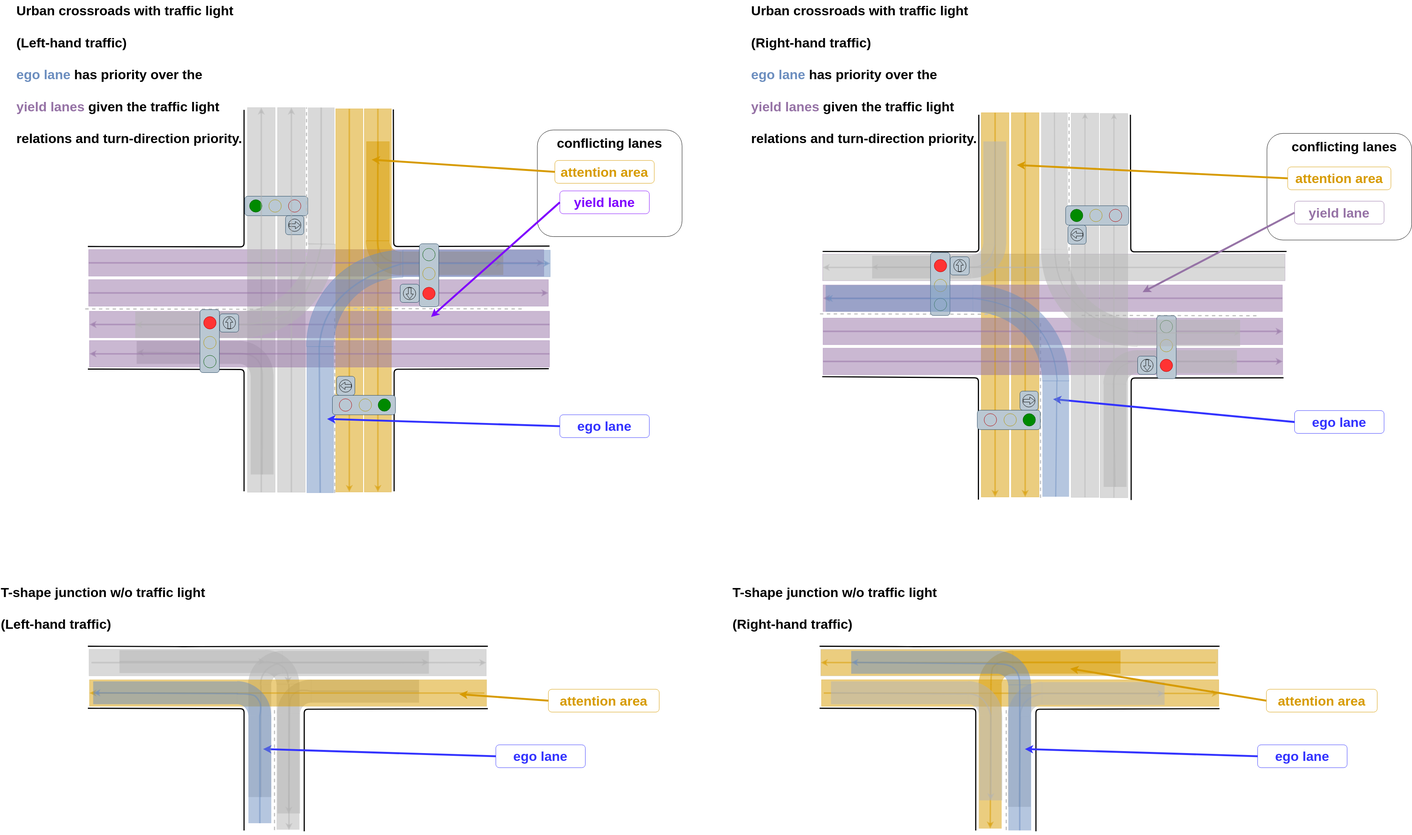
This is pr-5192/planning/behavior_velocity_intersection_module/docs/intersection-attention.drawio.svg from zusizusi/autoware.universe, a draw.io export, as it was before one commit. Source tidied: cells renumbered, new cells last; positions are measured from the earlier drawing's top-left corner, leaving out a move shared by most shapes.
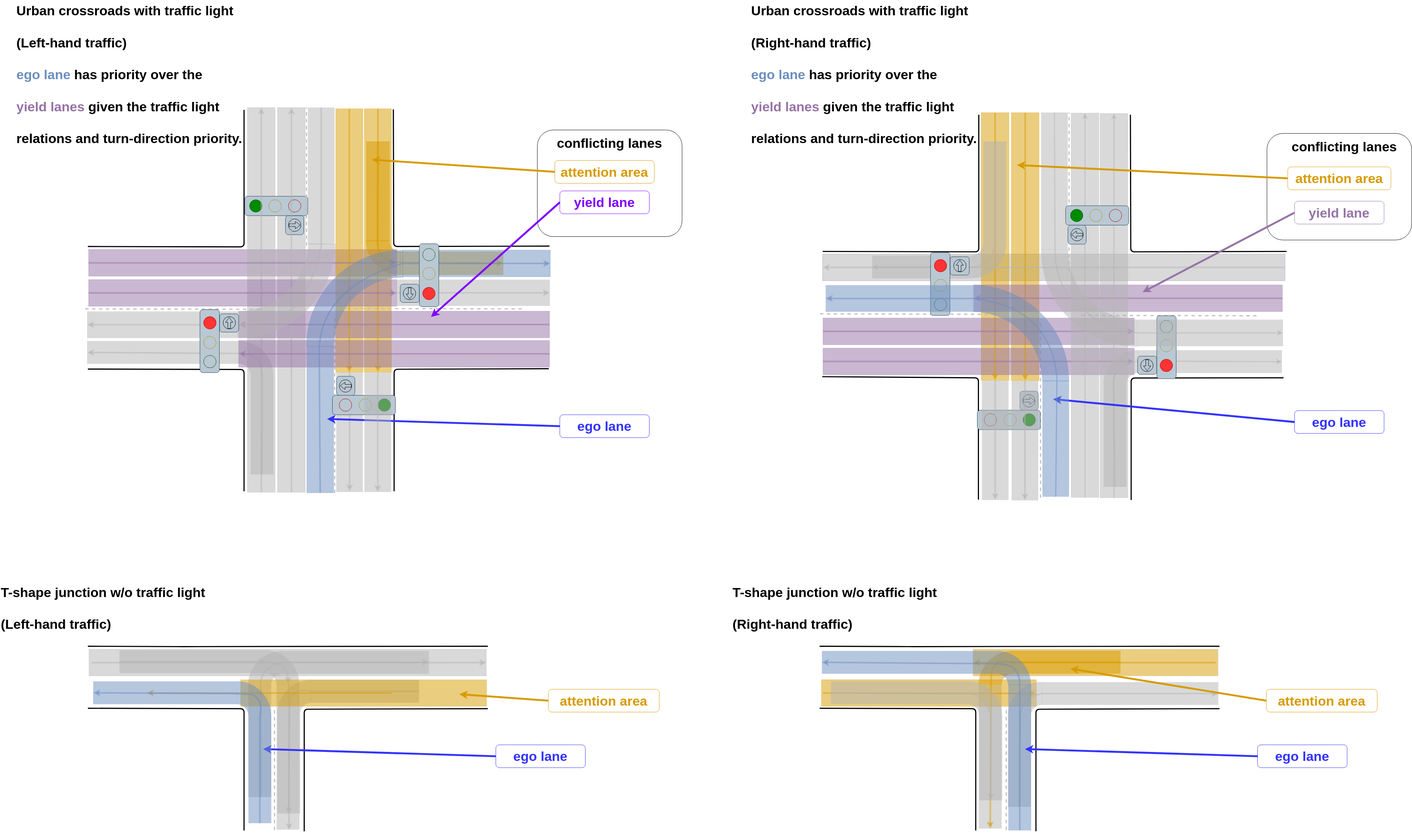
The same diagram one commit later.

Change to the diagram source:
```diff
@@ -17,7 +17,7 @@
     <mxCell id="6" style="rounded=0;whiteSpace=wrap;html=1;fillColor=#D79B00;rotation=0;strokeColor=none;opacity=50;" parent="4" vertex="1">
       <mxGeometry x="174" y="-10" width="283" height="60" as="geometry" />
     </mxCell>
-    <mxCell id="7" style="rounded=0;whiteSpace=wrap;html=1;fillColor=#D79B00;rotation=-90;strokeColor=none;opacity=50;gradientColor=none;" parent="4" vertex="1">
+    <mxCell id="7" style="rounded=0;whiteSpace=wrap;html=1;fillColor=#B3B3B3;rotation=-90;strokeColor=none;opacity=50;gradientColor=none;" parent="4" vertex="1">
       <mxGeometry x="-74" y="238" width="378" height="60" as="geometry" />
     </mxCell>
     <mxCell id="8" style="endArrow=none;html=1;rounded=0;strokeColor=#D79B00;strokeWidth=4;opacity=50;exitX=1;exitY=0.5;exitDx=0;exitDy=0;entryX=0;entryY=0.5;entryDx=0;entryDy=0;endFill=0;" parent="4" edge="1" source="6" target="6">
@@ -37,19 +37,19 @@
       </mxGeometry>
     </mxCell>
     <mxCell id="11" style="group;rotation=0;fillColor=#D79B00;strokeColor=#D79B00;opacity=50;flipH=1;" parent="1" vertex="1">
-      <mxGeometry x="2156" y="1785" width="1043" height="69.9" as="geometry" />
+      <mxGeometry x="2156" y="1785" width="564" height="69.9" as="geometry" />
     </mxCell>
     <mxCell id="12" style="endArrow=classic;html=1;rounded=0;strokeWidth=4;strokeColor=#D79B00;opacity=50;" parent="11" edge="1">
       <mxGeometry relative="1" as="geometry">
-        <mxPoint x="6" y="35" as="sourcePoint" />
-        <mxPoint x="1043" y="36" as="targetPoint" />
+        <mxPoint x="3.2" y="35" as="sourcePoint" />
+        <mxPoint x="564" y="36" as="targetPoint" />
       </mxGeometry>
     </mxCell>
     <mxCell id="13" style="group;flipV=0;flipH=1;rotation=-180;" parent="1" vertex="1">
       <mxGeometry x="2154" y="1705" width="1043" height="69.9" as="geometry" />
     </mxCell>
     <mxCell id="14" style="rounded=0;whiteSpace=wrap;html=1;fillColor=#D79B00;rotation=-360;fontColor=#333333;strokeColor=#B3B3B3;opacity=50;" parent="13" vertex="1">
-      <mxGeometry width="1043" height="69.9" as="geometry" />
+      <mxGeometry x="400" width="643" height="69.9" as="geometry" />
     </mxCell>
     <mxCell id="15" style="endArrow=classic;html=1;rounded=0;strokeWidth=4;strokeColor=#D79B00;opacity=50;entryX=0;entryY=0.5;entryDx=0;entryDy=0;" parent="13" edge="1" target="14">
       <mxGeometry relative="1" as="geometry">
@@ -57,13 +57,13 @@
       </mxGeometry>
     </mxCell>
     <mxCell id="16" style="group;" parent="1" vertex="1">
-      <mxGeometry x="2608" y="1754" width="448.7" height="364.9" as="geometry" />
+      <mxGeometry x="2608" y="1754" width="590" height="364.9" as="geometry" />
     </mxCell>
     <mxCell id="17" style="verticalLabelPosition=bottom;verticalAlign=top;html=1;shape=mxgraph.basic.partConcEllipse;startAngle=0.8627813740139013;endAngle=0.1103675079776549;arcWidth=0.67;fillColor=#B3B3B3;rotation=-40;strokeColor=none;opacity=50;" parent="16" vertex="1">
       <mxGeometry x="36.4" y="37.2" width="181" height="179" as="geometry" />
     </mxCell>
     <mxCell id="18" style="rounded=0;whiteSpace=wrap;html=1;fillColor=#B3B3B3;rotation=0;strokeColor=none;opacity=50;" parent="16" vertex="1">
-      <mxGeometry x="126.4" y="37.2" width="322.3" height="60" as="geometry" />
+      <mxGeometry x="126.4" y="37.2" width="463.6" height="60" as="geometry" />
     </mxCell>
     <mxCell id="19" style="rounded=0;whiteSpace=wrap;html=1;fillColor=#B3B3B3;rotation=-90;strokeColor=none;opacity=50;gradientColor=none;" parent="16" vertex="1">
       <mxGeometry x="-52" y="215.6" width="238.7" height="60" as="geometry" />
@@ -113,13 +113,13 @@
       </mxGeometry>
     </mxCell>
     <mxCell id="30" style="rounded=0;whiteSpace=wrap;html=1;fillColor=#9673A6;rotation=-180;strokeColor=#9673a6;opacity=50;" parent="1" vertex="1">
-      <mxGeometry x="232" y="655" width="1195" height="69.9" as="geometry" />
+      <mxGeometry x="232" y="655" width="809" height="69.9" as="geometry" />
     </mxCell>
     <mxCell id="31" style="rounded=0;whiteSpace=wrap;html=1;fillColor=#D79B00;strokeColor=#d79b00;rotation=90;opacity=50;" parent="1" vertex="1">
-      <mxGeometry x="488" y="753" width="1006.7" height="71.2" as="geometry" />
+      <mxGeometry x="645.3" y="595.7" width="692" height="71.2" as="geometry" />
     </mxCell>
     <mxCell id="32" style="rounded=0;whiteSpace=wrap;html=1;fillColor=#D79B00;strokeColor=#d79b00;rotation=90;opacity=50;" parent="1" vertex="1">
-      <mxGeometry x="413" y="753" width="1006.7" height="71.2" as="geometry" />
+      <mxGeometry x="570.3" y="595.8" width="692.2" height="71.2" as="geometry" />
     </mxCell>
     <mxCell id="33" style="endArrow=none;html=1;strokeWidth=3;" parent="1" edge="1">
       <mxGeometry relative="1" as="geometry">
@@ -186,7 +186,7 @@
       </mxGeometry>
     </mxCell>
     <mxCell id="42" style="rounded=0;whiteSpace=wrap;html=1;fillColor=#9673A6;rotation=-180;strokeColor=#9673a6;opacity=50;" parent="1" vertex="1">
-      <mxGeometry x="234" y="817" width="1208" height="69.9" as="geometry" />
+      <mxGeometry x="626" y="817" width="816" height="69.9" as="geometry" />
     </mxCell>
     <mxCell id="43" style="group;" parent="1" vertex="1">
       <mxGeometry x="642" y="515" width="165.6" height="101" as="geometry" />
@@ -246,7 +246,7 @@
       <mxGeometry x="199" y="227.4" width="261" height="60" as="geometry" />
     </mxCell>
     <mxCell id="61" style="rounded=0;whiteSpace=wrap;html=1;fillColor=#B3B3B3;rotation=0;strokeColor=none;opacity=50;gradientColor=none;" parent="58" vertex="1">
-      <mxGeometry y="37.4" width="270" height="60" as="geometry" />
+      <mxGeometry x="-130" y="37.4" width="400" height="60" as="geometry" />
     </mxCell>
     <mxCell id="62" style="endArrow=none;html=1;rounded=0;strokeColor=#B3B3B3;strokeWidth=4;opacity=50;exitX=1;exitY=0.5;exitDx=0;exitDy=0;" parent="58" edge="1" source="60">
       <mxGeometry relative="1" as="geometry">
@@ -280,10 +280,10 @@
       </mxGeometry>
     </mxCell>
     <mxCell id="67" style="rounded=0;whiteSpace=wrap;html=1;fillColor=#9673A6;rotation=-180;strokeColor=#9673a6;opacity=50;" parent="1" vertex="1">
-      <mxGeometry x="232" y="734" width="1207" height="69.9" as="geometry" />
+      <mxGeometry x="232" y="734" width="809" height="69.9" as="geometry" />
     </mxCell>
     <mxCell id="68" style="rounded=0;whiteSpace=wrap;html=1;fillColor=#9673A6;rotation=-180;strokeColor=#9673a6;opacity=50;" parent="1" vertex="1">
-      <mxGeometry x="234" y="894" width="1208" height="69.9" as="geometry" />
+      <mxGeometry x="626" y="894" width="816" height="69.9" as="geometry" />
     </mxCell>
     <mxCell id="69" style="endArrow=classic;html=1;rounded=0;strokeColor=#9673A6;strokeWidth=4;opacity=50;exitX=0;exitY=0.5;exitDx=0;exitDy=0;entryX=1;entryY=0.5;entryDx=0;entryDy=0;" parent="1" edge="1" source="68" target="68">
       <mxGeometry relative="1" as="geometry" />
@@ -298,7 +298,7 @@
       <mxGeometry x="105.4" y="104.5" width="505.9" height="507.7" as="geometry" />
     </mxCell>
     <mxCell id="73" style="rounded=0;whiteSpace=wrap;html=1;fillColor=#B3B3B3;rotation=-360;strokeColor=none;opacity=50;" parent="70" vertex="1">
-      <mxGeometry x="86.4" y="541.5" width="270" height="70" as="geometry" />
+      <mxGeometry x="-40" y="541.5" width="396.4" height="70" as="geometry" />
     </mxCell>
     <mxCell id="74" style="endArrow=none;html=1;rounded=0;strokeColor=#B3B3B3;strokeWidth=4;opacity=50;exitX=0;exitY=0.5;exitDx=0;exitDy=0;entryX=1;entryY=0.5;entryDx=0;entryDy=0;" parent="70" edge="1" source="71" target="71">
       <mxGeometry relative="1" as="geometry" />
@@ -376,10 +376,10 @@
       </mxGeometry>
     </mxCell>
     <mxCell id="86" style="rounded=0;whiteSpace=wrap;html=1;fillColor=#D79B00;rotation=90;strokeColor=#d79b00;opacity=50;direction=west;" parent="1" vertex="1">
-      <mxGeometry x="2107" y="764" width="1009.5" height="72.6" as="geometry" />
+      <mxGeometry x="2260.3" y="610.7" width="703" height="72.6" as="geometry" />
     </mxCell>
     <mxCell id="87" style="rounded=0;whiteSpace=wrap;html=1;fillColor=#D79B00;rotation=90;strokeColor=#d79b00;opacity=50;direction=west;" parent="1" vertex="1">
-      <mxGeometry x="2186" y="764" width="1009.5" height="72.6" as="geometry" />
+      <mxGeometry x="2338.8" y="611.2" width="704" height="72.6" as="geometry" />
     </mxCell>
     <mxCell id="88" style="endArrow=none;html=1;strokeWidth=3;dashed=1;strokeColor=#BFBFBF;" parent="1" edge="1">
       <mxGeometry relative="1" as="geometry">
@@ -388,7 +388,7 @@
       </mxGeometry>
     </mxCell>
     <mxCell id="89" style="rounded=0;whiteSpace=wrap;html=1;fillColor=#9673A6;rotation=-180;strokeColor=#9673a6;opacity=50;direction=west;" parent="1" vertex="1">
-      <mxGeometry x="2160" y="914" width="1207" height="69.9" as="geometry" />
+      <mxGeometry x="2160" y="914" width="817" height="69.9" as="geometry" />
     </mxCell>
     <mxCell id="90" style="endArrow=classic;html=1;rounded=0;strokeColor=#D79B00;strokeWidth=4;opacity=50;exitX=1;exitY=0.5;exitDx=0;exitDy=0;entryX=0;entryY=0.5;entryDx=0;entryDy=0;" parent="1" edge="1" source="86" target="86">
       <mxGeometry relative="1" as="geometry" />
@@ -415,10 +415,10 @@
       </mxGeometry>
     </mxCell>
     <mxCell id="96" style="rounded=0;whiteSpace=wrap;html=1;fillColor=#9673A6;rotation=-180;strokeColor=#9673a6;opacity=50;direction=west;" parent="1" vertex="1">
-      <mxGeometry x="2160" y="748" width="1206" height="69.9" as="geometry" />
+      <mxGeometry x="2556" y="748" width="810" height="69.9" as="geometry" />
     </mxCell>
     <mxCell id="97" style="rounded=0;whiteSpace=wrap;html=1;fillColor=#9673A6;rotation=-180;strokeColor=#9673a6;opacity=50;direction=west;" parent="1" vertex="1">
-      <mxGeometry x="2160" y="835" width="1207" height="69.9" as="geometry" />
+      <mxGeometry x="2160" y="835" width="817" height="69.9" as="geometry" />
     </mxCell>
     <mxCell id="98" style="endArrow=classic;html=1;rounded=0;strokeColor=#9673A6;strokeWidth=4;opacity=50;exitX=0;exitY=0.5;exitDx=0;exitDy=0;entryX=1;entryY=0.5;entryDx=0;entryDy=0;" parent="1" edge="1" source="97" target="97">
       <mxGeometry relative="1" as="geometry" />
@@ -427,13 +427,13 @@
       <mxGeometry relative="1" as="geometry" />
     </mxCell>
     <mxCell id="100" style="group;rotation=90;" parent="1" vertex="1">
-      <mxGeometry x="2854.8" y="886.5" width="396.2" height="387.9" as="geometry" />
+      <mxGeometry x="2854.8" y="886.5" width="510" height="387.9" as="geometry" />
     </mxCell>
     <mxCell id="101" style="verticalLabelPosition=bottom;verticalAlign=top;html=1;shape=mxgraph.basic.partConcEllipse;startAngle=0.8627813740139013;endAngle=0.1103675079776549;arcWidth=0.67;fillColor=#B3B3B3;rotation=140;strokeColor=none;opacity=50;direction=west;" parent="100" vertex="1">
       <mxGeometry x="41" y="33" width="181" height="179" as="geometry" />
     </mxCell>
     <mxCell id="102" style="rounded=0;whiteSpace=wrap;html=1;fillColor=#B3B3B3;rotation=0;strokeColor=none;opacity=50;direction=west;" parent="100" vertex="1">
-      <mxGeometry x="131" y="33" width="261" height="60" as="geometry" />
+      <mxGeometry x="131" y="33" width="379" height="60" as="geometry" />
     </mxCell>
     <mxCell id="103" style="rounded=0;whiteSpace=wrap;html=1;fillColor=#B3B3B3;rotation=-90;strokeColor=none;opacity=50;gradientColor=none;direction=west;" parent="100" vertex="1">
       <mxGeometry x="-63" y="227" width="270" height="60" as="geometry" />
@@ -489,10 +489,10 @@
       <mxGeometry relative="1" as="geometry" />
     </mxCell>
     <mxCell id="118" style="group;" parent="1" vertex="1">
-      <mxGeometry x="699" y="552" width="745" height="741.9" as="geometry" />
+      <mxGeometry x="699" y="552" width="751" height="831" as="geometry" />
     </mxCell>
     <mxCell id="119" style="group;" parent="118" vertex="1">
-      <mxGeometry width="745" height="741.9" as="geometry" />
+      <mxGeometry width="751" height="831" as="geometry" />
     </mxCell>
     <mxCell id="120" style="rounded=0;whiteSpace=wrap;html=1;fillColor=#6C8EBF;rotation=90;strokeColor=#6C8EBF;opacity=50;" parent="119" vertex="1">
       <mxGeometry x="-51.2" y="514.8" width="384.2" height="70" as="geometry" />
@@ -516,6 +516,21 @@
     <mxCell id="125" style="endArrow=none;html=1;rounded=0;strokeColor=#6C8EBF;strokeWidth=4;opacity=50;exitX=1;exitY=0.5;exitDx=0;exitDy=0;entryX=0.195;entryY=0.191;entryDx=0;entryDy=0;entryPerimeter=0;" parent="119" edge="1" source="120" target="121">
       <mxGeometry relative="1" as="geometry" />
     </mxCell>
+    <mxCell id="283" style="rounded=0;whiteSpace=wrap;html=1;fillColor=#B3B3B3;rotation=-180;strokeColor=none;opacity=50;gradientColor=none;" parent="119" vertex="1">
+      <mxGeometry x="342" y="182" width="402" height="69.1" as="geometry" />
+    </mxCell>
+    <mxCell id="284" style="endArrow=classic;html=1;rounded=0;strokeColor=#B3B3B3;strokeWidth=4;opacity=50;entryX=0;entryY=0.5;entryDx=0;entryDy=0;exitX=1;exitY=0.5;exitDx=0;exitDy=0;endFill=1;" parent="119" edge="1" source="283" target="283">
+      <mxGeometry relative="1" as="geometry" />
+    </mxCell>
+    <mxCell id="285" style="rounded=0;whiteSpace=wrap;html=1;fillColor=#B3B3B3;rotation=-180;strokeColor=none;opacity=50;gradientColor=none;direction=north;" parent="119" vertex="1">
+      <mxGeometry x="183" y="426" width="70.1" height="314" as="geometry" />
+    </mxCell>
+    <mxCell id="286" style="endArrow=classic;html=1;rounded=0;strokeColor=#B3B3B3;strokeWidth=4;opacity=50;entryX=1;entryY=0.5;entryDx=0;entryDy=0;exitX=0;exitY=0.5;exitDx=0;exitDy=0;endFill=1;" parent="119" edge="1">
+      <mxGeometry relative="1" as="geometry">
+        <mxPoint x="218" y="424" as="sourcePoint" />
+        <mxPoint x="218" y="738" as="targetPoint" />
+      </mxGeometry>
+    </mxCell>
     <mxCell id="126" style="group;direction=west;rotation=90;" parent="1" vertex="1">
       <mxGeometry x="1017" y="671" width="165.6" height="102" as="geometry" />
     </mxCell>
@@ -664,7 +679,7 @@
       </mxGeometry>
     </mxCell>
     <mxCell id="169" style="group;" parent="1" vertex="1">
-      <mxGeometry x="2627.6" y="294.9" width="716.7" height="720.3" as="geometry" />
+      <mxGeometry x="2627.6" y="294.9" width="740" height="720.3" as="geometry" />
     </mxCell>
     <mxCell id="170" style="rounded=0;whiteSpace=wrap;html=1;fillColor=#B3B3B3;rotation=-90;strokeColor=none;opacity=50;direction=west;" parent="169" vertex="1">
       <mxGeometry x="-39.9" y="144.9" width="359.7" height="70" as="geometry" />
@@ -673,7 +688,7 @@
       <mxGeometry x="105.4" y="108.1" width="505.9" height="507.7" as="geometry" />
     </mxCell>
     <mxCell id="172" style="rounded=0;whiteSpace=wrap;html=1;fillColor=#B3B3B3;rotation=-360;strokeColor=none;opacity=50;direction=west;" parent="169" vertex="1">
-      <mxGeometry x="357.4" y="544.1" width="270" height="70" as="geometry" />
+      <mxGeometry x="357.4" y="544.1" width="382.6" height="70" as="geometry" />
     </mxCell>
     <mxCell id="173" style="endArrow=none;html=1;rounded=0;strokeColor=#B3B3B3;strokeWidth=3;fontSize=30;opacity=50;entryX=0;entryY=0.5;entryDx=0;entryDy=0;exitX=0.804;exitY=0.199;exitDx=0;exitDy=0;exitPerimeter=0;" parent="169" edge="1" source="171" target="170">
       <mxGeometry relative="1" as="geometry" />
@@ -965,12 +980,12 @@
       </mxGeometry>
     </mxCell>
     <mxCell id="246" style="group;rotation=-180;fillColor=#D79B00;strokeColor=#d6b656;opacity=50;" parent="1" vertex="1">
-      <mxGeometry x="234" y="1785" width="1043" height="69.9" as="geometry" />
+      <mxGeometry x="631" y="1785" width="646" height="69.9" as="geometry" />
     </mxCell>
     <mxCell id="247" style="endArrow=classic;html=1;rounded=0;strokeWidth=4;strokeColor=#D79B00;opacity=50;entryX=0;entryY=0.5;entryDx=0;entryDy=0;" parent="246" edge="1">
       <mxGeometry relative="1" as="geometry">
-        <mxPoint x="1037" y="35" as="sourcePoint" />
-        <mxPoint y="35" as="targetPoint" />
+        <mxPoint x="396.4" y="35" as="sourcePoint" />
+        <mxPoint x="-245.9" y="35" as="targetPoint" />
       </mxGeometry>
     </mxCell>
     <mxCell id="248" value="&lt;b style=&quot;font-size: 35px;&quot;&gt;T-shape junction w/o traffic light&lt;br&gt;&lt;br&gt;(Left-hand traffic)&lt;/b&gt;" style="text;html=1;align=left;verticalAlign=middle;strokeColor=none;fillColor=none;fontSize=30;" parent="1" vertex="1">
@@ -1063,7 +1078,7 @@
       <mxGeometry x="251" y="287.4" width="383" height="60" as="geometry" />
     </mxCell>
     <mxCell id="268" style="rounded=0;whiteSpace=wrap;html=1;fillColor=#6C8EBF;rotation=-180;strokeColor=none;opacity=50;" parent="265" vertex="1">
-      <mxGeometry y="37.4" width="383" height="60" as="geometry" />
+      <mxGeometry x="-77" y="37.4" width="460" height="60" as="geometry" />
     </mxCell>
     <mxCell id="269" style="endArrow=classic;html=1;rounded=0;strokeColor=#6C8EBF;strokeWidth=4;opacity=50;exitX=0.274;exitY=0.287;exitDx=0;exitDy=0;exitPerimeter=0;entryX=1;entryY=0.5;entryDx=0;entryDy=0;" parent="265" edge="1" source="266" target="268">
       <mxGeometry relative="1" as="geometry" />
@@ -1122,5 +1137,23 @@
         <mxPoint x="2809" y="1756" as="targetPoint" />
       </mxGeometry>
     </mxCell>
+    <mxCell id="287" style="rounded=0;whiteSpace=wrap;html=1;fillColor=#B3B3B3;rotation=-180;strokeColor=none;opacity=50;gradientColor=none;direction=north;" parent="1" vertex="1">
+      <mxGeometry x="956" y="978" width="70.1" height="314" as="geometry" />
+    </mxCell>
+    <mxCell id="288" style="endArrow=classic;html=1;rounded=0;strokeColor=#B3B3B3;strokeWidth=4;opacity=50;entryX=1;entryY=0.5;entryDx=0;entryDy=0;exitX=0;exitY=0.5;exitDx=0;exitDy=0;endFill=1;" parent="1" edge="1" source="287" target="287">
+      <mxGeometry relative="1" as="geometry" />
+    </mxCell>
+    <mxCell id="289" style="rounded=0;whiteSpace=wrap;html=1;fillColor=#B3B3B3;rotation=-180;strokeColor=none;opacity=50;gradientColor=none;direction=north;" parent="1" vertex="1">
+      <mxGeometry x="2577" y="999" width="70.1" height="314" as="geometry" />
+    </mxCell>
+    <mxCell id="290" style="endArrow=classic;html=1;rounded=0;strokeColor=#B3B3B3;strokeWidth=4;opacity=50;entryX=1;entryY=0.5;entryDx=0;entryDy=0;exitX=0;exitY=0.5;exitDx=0;exitDy=0;endFill=1;" parent="1" edge="1" source="289" target="289">
+      <mxGeometry relative="1" as="geometry" />
+    </mxCell>
+    <mxCell id="291" style="rounded=0;whiteSpace=wrap;html=1;fillColor=#B3B3B3;rotation=-180;strokeColor=none;opacity=50;gradientColor=none;direction=north;" parent="1" vertex="1">
+      <mxGeometry x="2655" y="1000" width="70.1" height="314" as="geometry" />
+    </mxCell>
+    <mxCell id="292" style="endArrow=classic;html=1;rounded=0;strokeColor=#B3B3B3;strokeWidth=4;opacity=50;entryX=1;entryY=0.5;entryDx=0;entryDy=0;exitX=0;exitY=0.5;exitDx=0;exitDy=0;endFill=1;" parent="1" edge="1" source="291" target="291">
+      <mxGeometry relative="1" as="geometry" />
+    </mxCell>
   </root>
 </mxGraphModel>
```
